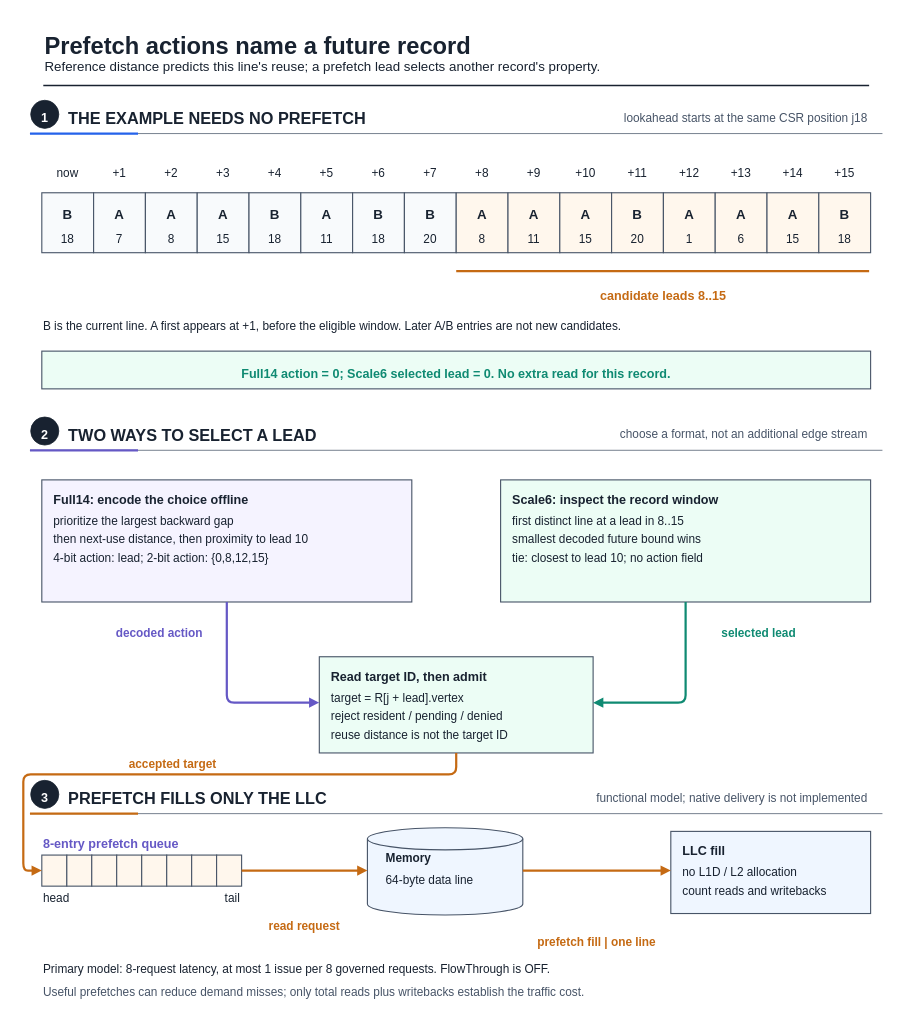
Earlier version of the draw.io diagram fig/wiki_src/reuse-plan-flowthrough/reuse-plan-flowthrough-f05-lookahead-prefetch.drawio (UVA-LavaLab/ECG_GrAPL). Source tidied: cells renumbered, new cells numbered last; positions are measured from the earlier drawing's top-left corner, leaving out a move shared by most shapes. Both pictures are drawn from the tidied source at 74%, with x=0, y=0 at pixel (12, 12).
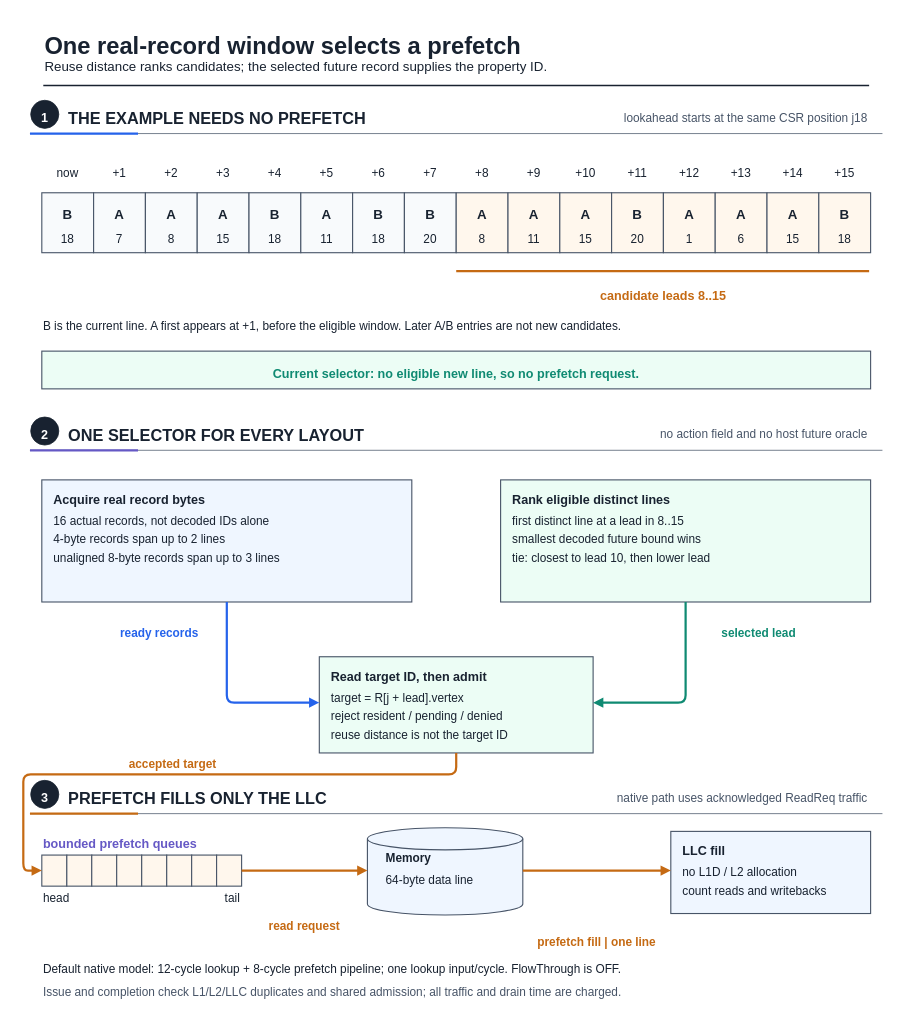
Above is the later version.

What changed in the source:
```diff
@@
-    <mxCell id="3" value="Prefetch actions name a future record" style="text;html=0;strokeColor=none;fillColor=none;align=left;verticalAlign=middle;fontFamily=Liberation Sans;fontSize=32;fontColor=#182230;fontStyle=1;" parent="1" vertex="1">
-      <mxGeometry x="42" y="19.5" width="674.9" height="44.8" as="geometry" />
+    <mxCell id="3" value="One real-record window selects a prefetch" style="text;html=0;strokeColor=none;fillColor=none;align=left;verticalAlign=middle;fontFamily=Liberation Sans;fontSize=32;fontColor=#182230;fontStyle=1;" parent="1" vertex="1">
+      <mxGeometry x="42" y="19.5" width="747.8" height="44.8" as="geometry" />
     </mxCell>
-    <mxCell id="4" value="Reference distance predicts this line's reuse; a prefetch lead selects another record's property." style="text;html=0;strokeColor=none;fillColor=none;align=left;verticalAlign=middle;fontFamily=Liberation Sans;fontSize=18;fontColor=#182230;fontStyle=0;" parent="1" vertex="1">
-      <mxGeometry x="42" y="59.5" width="925.4" height="25.2" as="geometry" />
+    <mxCell id="4" value="Reuse distance ranks candidates; the selected future record supplies the property ID." style="text;html=0;strokeColor=none;fillColor=none;align=left;verticalAlign=middle;fontFamily=Liberation Sans;fontSize=18;fontColor=#182230;fontStyle=0;" parent="1" vertex="1">
+      <mxGeometry x="42" y="59.5" width="810.9" height="25.2" as="geometry" />
     </mxCell>
@@
-    <mxCell id="80" value="Full14 action = 0; Scale6 selected lead = 0. No extra read for this record." style="text;html=0;strokeColor=none;fillColor=none;align=center;verticalAlign=middle;fontFamily=Liberation Sans;fontSize=17;fontColor=#0F8A72;fontStyle=1;" parent="1" vertex="1">
-      <mxGeometry x="236.6" y="475.4" width="726.8" height="23.8" as="geometry" />
+    <mxCell id="80" value="Current selector: no eligible new line, so no prefetch request." style="text;html=0;strokeColor=none;fillColor=none;align=center;verticalAlign=middle;fontFamily=Liberation Sans;fontSize=17;fontColor=#0F8A72;fontStyle=1;" parent="1" vertex="1">
+      <mxGeometry x="294.8" y="475.4" width="610.5" height="23.8" as="geometry" />
     </mxCell>
@@
-    <mxCell id="83" value="TWO WAYS TO SELECT A LEAD" style="text;html=0;strokeColor=none;fillColor=none;align=left;verticalAlign=middle;fontFamily=Liberation Sans;fontSize=22;fontColor=#182230;fontStyle=1;" parent="1" vertex="1">
-      <mxGeometry x="74" y="554.1" width="313.5" height="30.8" as="geometry" />
+    <mxCell id="83" value="ONE SELECTOR FOR EVERY LAYOUT" style="text;html=0;strokeColor=none;fillColor=none;align=left;verticalAlign=middle;fontFamily=Liberation Sans;fontSize=22;fontColor=#182230;fontStyle=1;" parent="1" vertex="1">
+      <mxGeometry x="74" y="554.1" width="363.7" height="30.8" as="geometry" />
     </mxCell>
-    <mxCell id="84" value="choose a format, not an additional edge stream" style="text;html=0;strokeColor=none;fillColor=none;align=right;verticalAlign=middle;fontFamily=Liberation Sans;fontSize=16;fontColor=#475467;fontStyle=0;" parent="1" vertex="1">
-      <mxGeometry x="767.9" y="558.2" width="390.1" height="22.4" as="geometry" />
+    <mxCell id="84" value="no action field and no host future oracle" style="text;html=0;strokeColor=none;fillColor=none;align=right;verticalAlign=middle;fontFamily=Liberation Sans;fontSize=16;fontColor=#475467;fontStyle=0;" parent="1" vertex="1">
+      <mxGeometry x="810.3" y="558.2" width="347.7" height="22.4" as="geometry" />
     </mxCell>
@@
-    <mxCell id="87" style="rounded=0;html=0;fillColor=#F5F3FF;strokeColor=#475467;strokeWidth=1.5;" parent="1" vertex="1">
+    <mxCell id="87" style="rounded=0;html=0;fillColor=#EFF6FF;strokeColor=#475467;strokeWidth=1.5;" parent="1" vertex="1">
       <mxGeometry x="40" y="632" width="500" height="165" as="geometry" />
     </mxCell>
-    <mxCell id="88" value="Full14: encode the choice offline" style="text;html=0;strokeColor=none;fillColor=none;align=left;verticalAlign=middle;fontFamily=Liberation Sans;fontSize=17;fontColor=#182230;fontStyle=1;" parent="1" vertex="1">
-      <mxGeometry x="54" y="645.4" width="319.8" height="23.8" as="geometry" />
+    <mxCell id="88" value="Acquire real record bytes" style="text;html=0;strokeColor=none;fillColor=none;align=left;verticalAlign=middle;fontFamily=Liberation Sans;fontSize=17;fontColor=#182230;fontStyle=1;" parent="1" vertex="1">
+      <mxGeometry x="54" y="645.4" width="242.2" height="23.8" as="geometry" />
     </mxCell>
-    <mxCell id="89" value="prioritize the largest backward gap" style="text;html=0;strokeColor=none;fillColor=none;align=left;verticalAlign=middle;fontFamily=Liberation Sans;fontSize=16;fontColor=#182230;fontStyle=0;" parent="1" vertex="1">
-      <mxGeometry x="54" y="675.2" width="296.8" height="22.4" as="geometry" />
+    <mxCell id="89" value="16 actual records, not decoded IDs alone" style="text;html=0;strokeColor=none;fillColor=none;align=left;verticalAlign=middle;fontFamily=Liberation Sans;fontSize=16;fontColor=#182230;fontStyle=0;" parent="1" vertex="1">
+      <mxGeometry x="54" y="675.2" width="339.2" height="22.4" as="geometry" />
     </mxCell>
-    <mxCell id="90" value="then next-use distance, then proximity to lead 10" style="text;html=0;strokeColor=none;fillColor=none;align=left;verticalAlign=middle;fontFamily=Liberation Sans;fontSize=16;fontColor=#182230;fontStyle=0;" parent="1" vertex="1">
-      <mxGeometry x="54" y="700.2" width="415.5" height="22.4" as="geometry" />
+    <mxCell id="90" value="4-byte records span up to 2 lines" style="text;html=0;strokeColor=none;fillColor=none;align=left;verticalAlign=middle;fontFamily=Liberation Sans;fontSize=16;fontColor=#182230;fontStyle=0;" parent="1" vertex="1">
+      <mxGeometry x="54" y="700.2" width="279.8" height="22.4" as="geometry" />
     </mxCell>
-    <mxCell id="91" value="4-bit action: lead; 2-bit action: {0,8,12,15}" style="text;html=0;strokeColor=none;fillColor=none;align=left;verticalAlign=middle;fontFamily=Liberation Sans;fontSize=16;fontColor=#182230;fontStyle=0;" parent="1" vertex="1">
-      <mxGeometry x="54" y="725.2" width="381.6" height="22.4" as="geometry" />
+    <mxCell id="91" value="unaligned 8-byte records span up to 3 lines" style="text;html=0;strokeColor=none;fillColor=none;align=left;verticalAlign=middle;fontFamily=Liberation Sans;fontSize=16;fontColor=#182230;fontStyle=0;" parent="1" vertex="1">
+      <mxGeometry x="54" y="725.2" width="364.6" height="22.4" as="geometry" />
     </mxCell>
@@
-    <mxCell id="93" value="Scale6: inspect the record window" style="text;html=0;strokeColor=none;fillColor=none;align=left;verticalAlign=middle;fontFamily=Liberation Sans;fontSize=17;fontColor=#182230;fontStyle=1;" parent="1" vertex="1">
-      <mxGeometry x="674" y="645.4" width="319.8" height="23.8" as="geometry" />
+    <mxCell id="93" value="Rank eligible distinct lines" style="text;html=0;strokeColor=none;fillColor=none;align=left;verticalAlign=middle;fontFamily=Liberation Sans;fontSize=17;fontColor=#182230;fontStyle=1;" parent="1" vertex="1">
+      <mxGeometry x="674" y="645.4" width="271.3" height="23.8" as="geometry" />
     </mxCell>
@@
-    <mxCell id="96" value="tie: closest to lead 10; no action field" style="text;html=0;strokeColor=none;fillColor=none;align=left;verticalAlign=middle;fontFamily=Liberation Sans;fontSize=16;fontColor=#182230;fontStyle=0;" parent="1" vertex="1">
+    <mxCell id="96" value="tie: closest to lead 10, then lower lead" style="text;html=0;strokeColor=none;fillColor=none;align=left;verticalAlign=middle;fontFamily=Liberation Sans;fontSize=16;fontColor=#182230;fontStyle=0;" parent="1" vertex="1">
       <mxGeometry x="674" y="725.2" width="339.2" height="22.4" as="geometry" />
     </mxCell>
@@
-    <mxCell id="102" style="edgeStyle=none;html=0;strokeColor=#6558C5;strokeWidth=3;rounded=1;startArrow=none;endArrow=block;endFill=1;" parent="1" edge="1">
+    <mxCell id="102" style="edgeStyle=none;html=0;strokeColor=#2563EB;strokeWidth=3;rounded=1;startArrow=none;endArrow=block;endFill=1;" parent="1" edge="1">
       <mxGeometry relative="1" as="geometry">
         <mxPoint x="290" y="797" as="sourcePoint" />
         <mxPoint x="415" y="933" as="targetPoint" />
         <Array as="points">
           <mxPoint x="290" y="933" />
         </Array>
       </mxGeometry>
     </mxCell>
-    <mxCell id="103" value="decoded action" style="text;html=0;strokeColor=none;fillColor=none;align=center;verticalAlign=middle;fontFamily=Liberation Sans;fontSize=16;fontColor=#6558C5;fontStyle=1;" parent="1" vertex="1">
-      <mxGeometry x="135.2" y="827.2" width="127.7" height="22.4" as="geometry" />
+    <mxCell id="103" value="ready records" style="text;html=0;strokeColor=none;fillColor=none;align=center;verticalAlign=middle;fontFamily=Liberation Sans;fontSize=16;fontColor=#2563EB;fontStyle=1;" parent="1" vertex="1">
+      <mxGeometry x="139.7" y="827.2" width="118.6" height="22.4" as="geometry" />
     </mxCell>
@@
-    <mxCell id="109" value="functional model; native delivery is not implemented" style="text;html=0;strokeColor=none;fillColor=none;align=right;verticalAlign=middle;fontFamily=Liberation Sans;fontSize=16;fontColor=#475467;fontStyle=0;" parent="1" vertex="1">
-      <mxGeometry x="717" y="1049.2" width="441" height="22.4" as="geometry" />
+    <mxCell id="109" value="native path uses acknowledged ReadReq traffic" style="text;html=0;strokeColor=none;fillColor=none;align=right;verticalAlign=middle;fontFamily=Liberation Sans;fontSize=16;fontColor=#475467;fontStyle=0;" parent="1" vertex="1">
+      <mxGeometry x="776.4" y="1049.2" width="381.6" height="22.4" as="geometry" />
     </mxCell>
@@
-    <mxCell id="112" value="8-entry prefetch queue" style="text;html=0;strokeColor=none;fillColor=none;align=left;verticalAlign=middle;fontFamily=Liberation Sans;fontSize=17;fontColor=#6558C5;fontStyle=1;" parent="1" vertex="1">
-      <mxGeometry x="40" y="1110.4" width="213.2" height="23.8" as="geometry" />
+    <mxCell id="112" value="bounded prefetch queues" style="text;html=0;strokeColor=none;fillColor=none;align=left;verticalAlign=middle;fontFamily=Liberation Sans;fontSize=17;fontColor=#6558C5;fontStyle=1;" parent="1" vertex="1">
+      <mxGeometry x="40" y="1110.4" width="222.9" height="23.8" as="geometry" />
     </mxCell>
@@
-    <mxCell id="136" value="Primary model: 8-request latency, at most 1 issue per 8 governed requests. FlowThrough is OFF." style="text;html=0;strokeColor=none;fillColor=none;align=left;verticalAlign=middle;fontFamily=Liberation Sans;fontSize=16;fontColor=#182230;fontStyle=0;" parent="1" vertex="1">
-      <mxGeometry x="40" y="1280.2" width="797.1" height="22.4" as="geometry" />
+    <mxCell id="136" value="Default native model: 12-cycle lookup + 8-cycle prefetch pipeline; one lookup input/cycle. FlowThrough is OFF." style="text;html=0;strokeColor=none;fillColor=none;align=left;verticalAlign=middle;fontFamily=Liberation Sans;fontSize=16;fontColor=#182230;fontStyle=0;" parent="1" vertex="1">
+      <mxGeometry x="40" y="1280.2" width="932.8" height="22.4" as="geometry" />
     </mxCell>
-    <mxCell id="137" value="Useful prefetches can reduce demand misses; only total reads plus writebacks establish the traffic cost." style="text;html=0;strokeColor=none;fillColor=none;align=left;verticalAlign=middle;fontFamily=Liberation Sans;fontSize=16;fontColor=#475467;fontStyle=0;" parent="1" vertex="1">
-      <mxGeometry x="40" y="1312.2" width="881.9" height="22.4" as="geometry" />
+    <mxCell id="137" value="Issue and completion check L1/L2/LLC duplicates and shared admission; all traffic and drain time are charged." style="text;html=0;strokeColor=none;fillColor=none;align=left;verticalAlign=middle;fontFamily=Liberation Sans;fontSize=16;fontColor=#475467;fontStyle=0;" parent="1" vertex="1">
+      <mxGeometry x="40" y="1312.2" width="924.3" height="22.4" as="geometry" />
     </mxCell>
```
